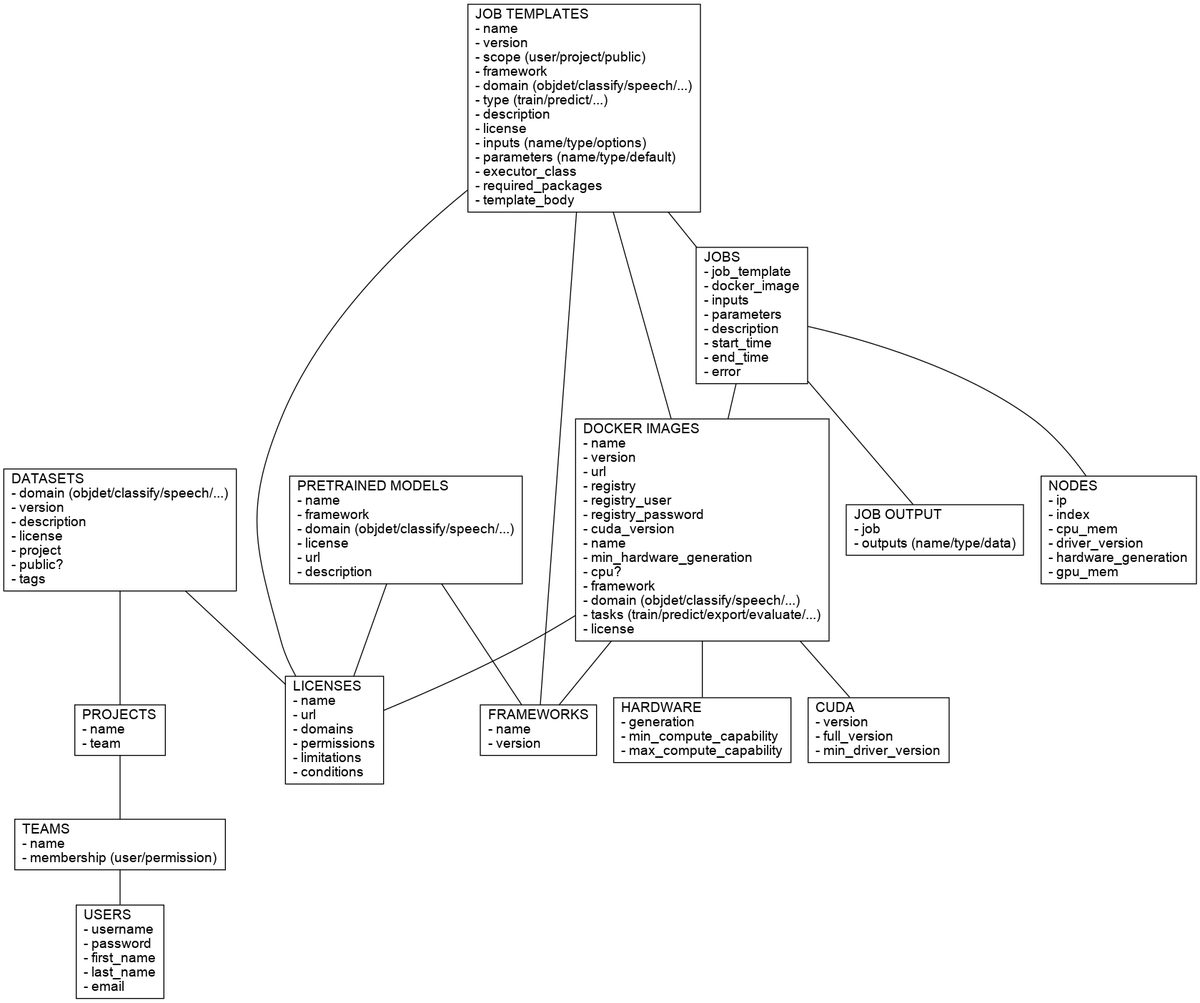
Above: docs/img/api.png in waikato-ufdl/ufdl-api (Graphviz), before the change. Its source is kept beside it as docs/img/api.dot.
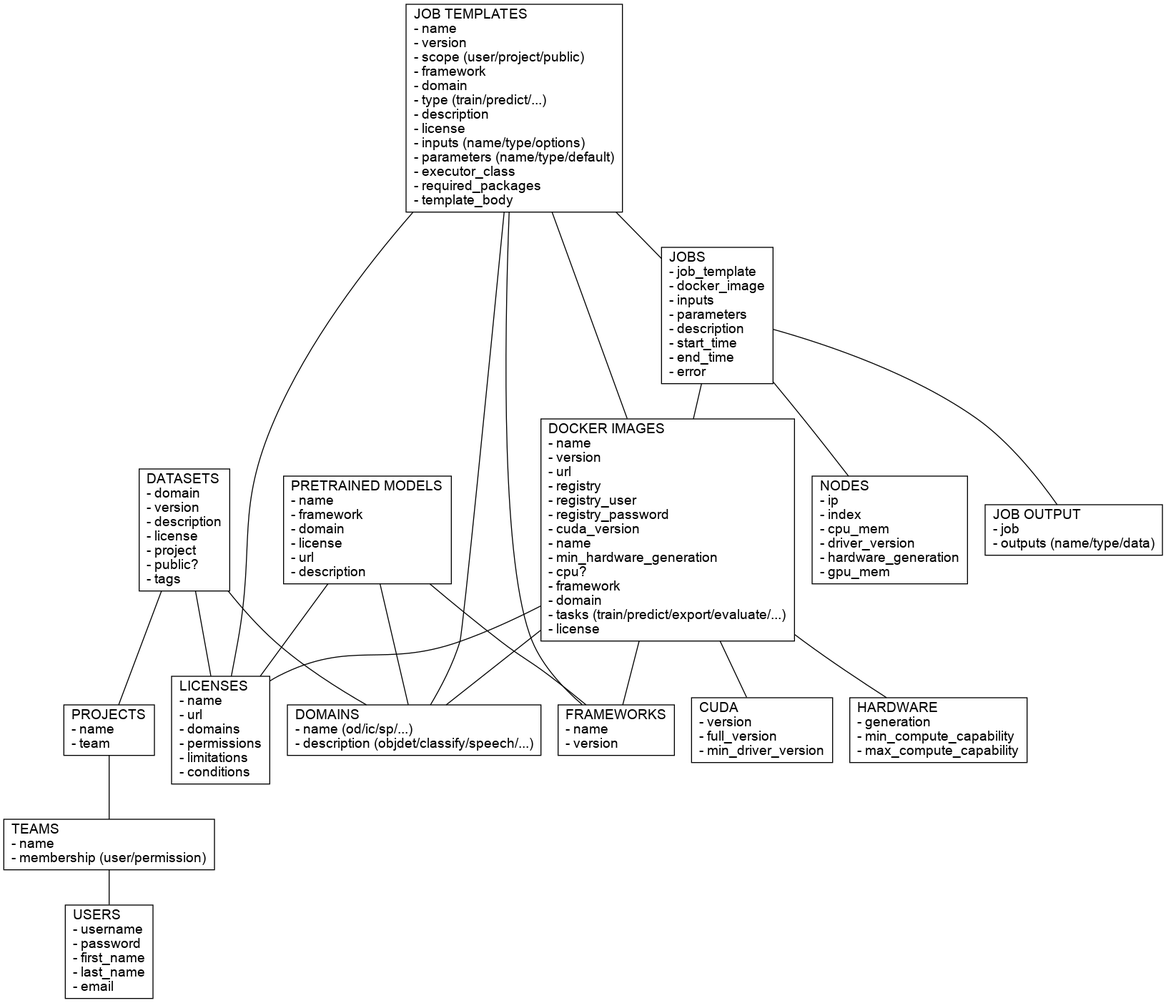
The same diagram one commit later.

Commit message:
added domains as separate entity

What changed in the source:
```diff
@@ -6,16 +6,17 @@
   teams [label = "TEAMS\l- name\l- membership (user/permission)\l"];
   projects [label = "PROJECTS\l- name\l- team\l"];
   licenses [label = "LICENSES\l- name\l- url\l- domains\l- permissions\l- limitations\l- conditions\l"];
+  domains [label = "DOMAINS\l- name (od/ic/sp/...)\l- description (objdet/classify/speech/...)\l"];
 
   cuda [label = "CUDA\l- version\l- full_version\l- min_driver_version"];
-  docker_images [label = "DOCKER IMAGES\l- name\l- version\l- url\l- registry\l- registry_user\l- registry_password\l- cuda_version\l- name\l- min_hardware_generation\l- cpu?\l- framework\l- domain (objdet/classify/speech/...)\l- tasks (train/predict/export/evaluate/...)\l- license\l"];
+  docker_images [label = "DOCKER IMAGES\l- name\l- version\l- url\l- registry\l- registry_user\l- registry_password\l- cuda_version\l- name\l- min_hardware_generation\l- cpu?\l- framework\l- domain\l- tasks (train/predict/export/evaluate/...)\l- license\l"];
   frameworks [label = "FRAMEWORKS\l- name\l- version\l"];
   hardware [label = "HARDWARE\l- generation\l- min_compute_capability\l- max_compute_capability\l"];
   nodes [label = "NODES\l- ip\l- index\l- cpu_mem\l- driver_version\l- hardware_generation\l- gpu_mem\l"];
 
-  datasets [label = "DATASETS\l- domain (objdet/classify/speech/...)\l- version\l- description\l- license\l- project\l- public?\l- tags\l"];
-  pretrained_models [label = "PRETRAINED MODELS\l- name\l- framework\l- domain (objdet/classify/speech/...)\l- license\l- url\l- description\l"];
-  job_templates [label = "JOB TEMPLATES\l- name\l- version\l- scope (user/project/public)\l- framework\l- domain (objdet/classify/speech/...)\l- type (train/predict/...)\l- description\l- license\l- inputs (name/type/options)\l- parameters (name/type/default)\l- executor_class\l- required_packages\l- template_body\l"];
+  datasets [label = "DATASETS\l- domain\l- version\l- description\l- license\l- project\l- public?\l- tags\l"];
+  pretrained_models [label = "PRETRAINED MODELS\l- name\l- framework\l- domain\l- license\l- url\l- description\l"];
+  job_templates [label = "JOB TEMPLATES\l- name\l- version\l- scope (user/project/public)\l- framework\l- domain\l- type (train/predict/...)\l- description\l- license\l- inputs (name/type/options)\l- parameters (name/type/default)\l- executor_class\l- required_packages\l- template_body\l"];
   jobs [label = "JOBS\l- job_template\l- docker_image\l- inputs\l- parameters\l- description\l- start_time\l- end_time\l- error\l"];
   job_output [label = "JOB OUTPUT\l- job\l- outputs (name/type/data)\l"];
 
@@ -23,16 +24,20 @@
   projects -- teams;
   datasets -- licenses;
   datasets -- projects;
+  datasets -- domains;
   pretrained_models -- frameworks;
   pretrained_models -- licenses;
+  pretrained_models -- domains;
   docker_images -- cuda;
   docker_images -- hardware;
   docker_images -- frameworks;
   docker_images -- licenses;
+  docker_images -- domains;
   job_templates -- jobs;
   job_templates -- licenses;
   job_templates -- frameworks;
   job_templates -- docker_images;
+  job_templates -- domains;
   jobs -- job_output;
   jobs -- nodes;
   jobs -- docker_images;
```
